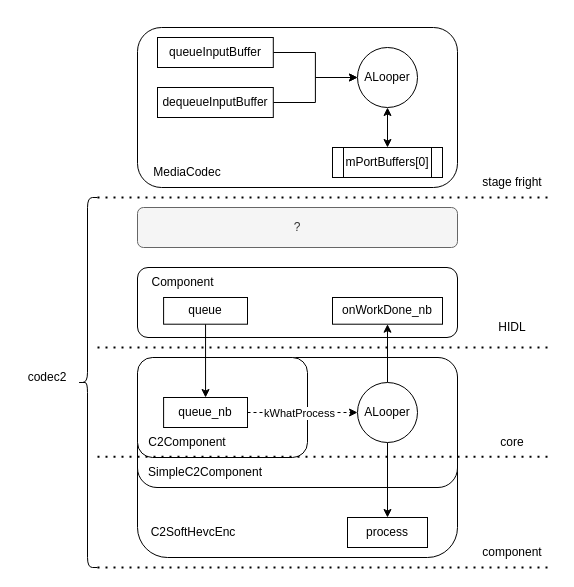
Before: page "流程图" (2 of 3) of src/codec2_frame.drawio in colourfate/Blog, a draw.io diagram. Source tidied: cells renumbered, new cells numbered last; positions are measured from the earlier drawing's top-left corner, leaving out a move shared by most shapes. Both pictures are drawn from the tidied source at 100%, with x=0, y=0 at pixel (17, 27).
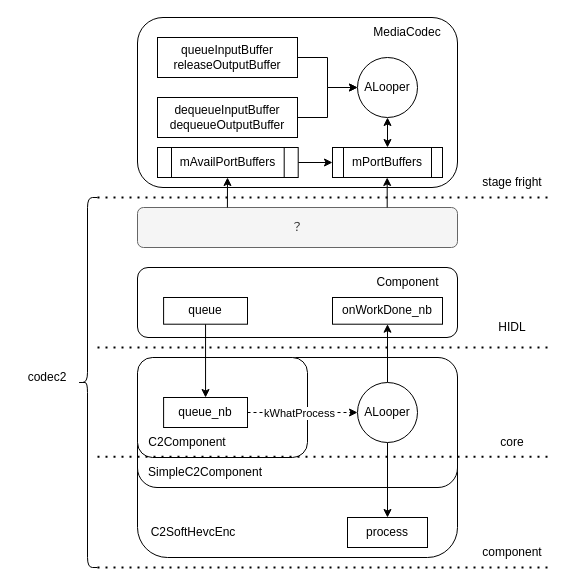
The same diagram, later.

Diff of the diagram source:
```diff
@@
     <mxCell id="2" style="rounded=1;whiteSpace=wrap;html=1;" parent="1" vertex="1">
-      <mxGeometry x="120" width="320" height="160" as="geometry" />
+      <mxGeometry x="120" y="-10" width="320" height="170" as="geometry" />
     </mxCell>
@@
     <mxCell id="19" value="Component" style="text;html=1;strokeColor=none;fillColor=none;align=center;verticalAlign=middle;whiteSpace=wrap;rounded=0;" parent="1" vertex="1">
-      <mxGeometry x="125.4" y="240" width="80.7" height="30" as="geometry" />
+      <mxGeometry x="349.7" y="240" width="80.7" height="30" as="geometry" />
     </mxCell>
@@
     <mxCell id="22" value="ALooper" style="ellipse;whiteSpace=wrap;html=1;" parent="1" vertex="1">
-      <mxGeometry x="340" y="20" width="60" height="60" as="geometry" />
+      <mxGeometry x="340" y="30" width="60" height="60" as="geometry" />
     </mxCell>
@@
-    <mxCell id="24" value="queueInputBuffer" style="rounded=0;whiteSpace=wrap;html=1;" parent="1" vertex="1">
-      <mxGeometry x="140" y="10" width="115.8" height="30" as="geometry" />
+    <mxCell id="24" value="queueInputBuffer&lt;br&gt;releaseOutputBuffer" style="rounded=0;whiteSpace=wrap;html=1;" parent="1" vertex="1">
+      <mxGeometry x="140" y="10" width="140" height="40" as="geometry" />
     </mxCell>
@@
-    <mxCell id="26" value="dequeueInputBuffer" style="rounded=0;whiteSpace=wrap;html=1;" parent="1" vertex="1">
-      <mxGeometry x="140" y="60" width="115.8" height="30" as="geometry" />
+    <mxCell id="26" value="dequeueInputBuffer&lt;br&gt;dequeueOutputBuffer" style="rounded=0;whiteSpace=wrap;html=1;" parent="1" vertex="1">
+      <mxGeometry x="140" y="70" width="140" height="40" as="geometry" />
     </mxCell>
-    <mxCell id="27" value="mPortBuffers[0]" style="shape=process;whiteSpace=wrap;html=1;backgroundOutline=1;" parent="1" vertex="1">
+    <mxCell id="27" value="mPortBuffers" style="shape=process;whiteSpace=wrap;html=1;backgroundOutline=1;" parent="1" vertex="1">
       <mxGeometry x="315" y="120" width="110" height="30" as="geometry" />
     </mxCell>
     <mxCell id="28" value="MediaCodec" style="text;html=1;strokeColor=none;fillColor=none;align=center;verticalAlign=middle;whiteSpace=wrap;rounded=0;" parent="1" vertex="1">
-      <mxGeometry x="140" y="130" width="60" height="30" as="geometry" />
+      <mxGeometry x="360" y="-10" width="60" height="30" as="geometry" />
     </mxCell>
-    <mxCell id="29" value="?" style="rounded=1;whiteSpace=wrap;html=1;fillColor=#f5f5f5;fontColor=#333333;strokeColor=#666666;" parent="1" vertex="1">
+    <mxCell id="29" value="？" style="rounded=1;whiteSpace=wrap;html=1;fillColor=#f5f5f5;fontColor=#333333;strokeColor=#666666;" parent="1" vertex="1">
       <mxGeometry x="120" y="180" width="320" height="40" as="geometry" />
     </mxCell>
@@
+    <mxCell id="40" style="edgeStyle=orthogonalEdgeStyle;rounded=0;jettySize=auto;html=1;exitX=1;exitY=0.5;exitDx=0;exitDy=0;entryX=0;entryY=0.5;entryDx=0;entryDy=0;" parent="1" edge="1" source="41" target="27">
+      <mxGeometry relative="1" as="geometry" />
+    </mxCell>
+    <mxCell id="41" value="mAvailPortBuffers" style="shape=process;whiteSpace=wrap;html=1;backgroundOutline=1;" parent="1" vertex="1">
+      <mxGeometry x="140" y="120" width="140.7" height="30" as="geometry" />
+    </mxCell>
+    <mxCell id="42" style="endArrow=classic;html=1;rounded=0;exitX=0.281;exitY=0;exitDx=0;exitDy=0;exitPerimeter=0;" parent="1" edge="1" source="29">
+      <mxGeometry relative="1" as="geometry">
+        <mxPoint x="210" y="150" as="targetPoint" />
+      </mxGeometry>
+    </mxCell>
+    <mxCell id="43" style="endArrow=classic;html=1;rounded=0;exitX=0.281;exitY=0;exitDx=0;exitDy=0;exitPerimeter=0;" parent="1" edge="1">
+      <mxGeometry relative="1" as="geometry">
+        <mxPoint x="369.7" y="180" as="sourcePoint" />
+        <mxPoint x="369.7" y="150" as="targetPoint" />
+      </mxGeometry>
+    </mxCell>
```
